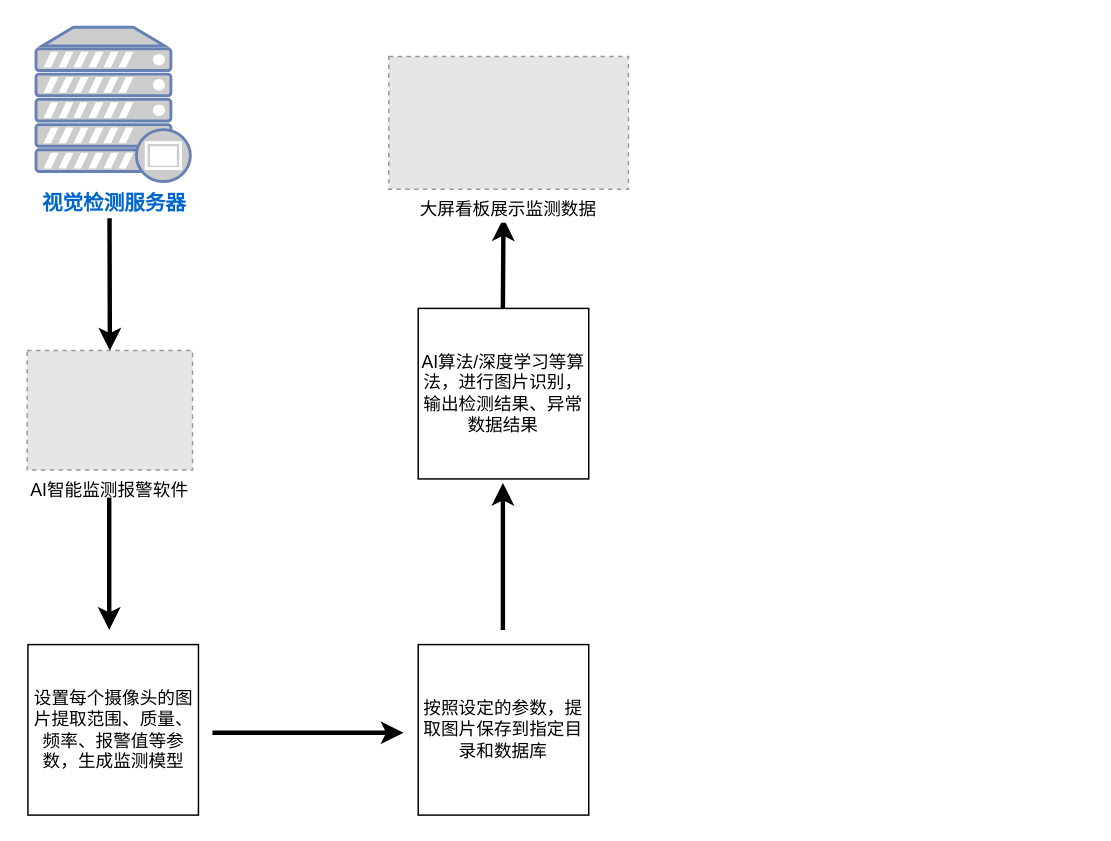
The draw.io diagram data/算法平台流程.drawio in chenyanxi/hosts, before the edit. Source tidied: cells renumbered, new cells numbered last; positions are measured from the earlier drawing's top-left corner, leaving out a move shared by most shapes. Both pictures are drawn from the tidied source at 147%, with x=0, y=0 at pixel (26, 26). Pictures stored in the file or linked from it are replaced by grey dashed boxes.
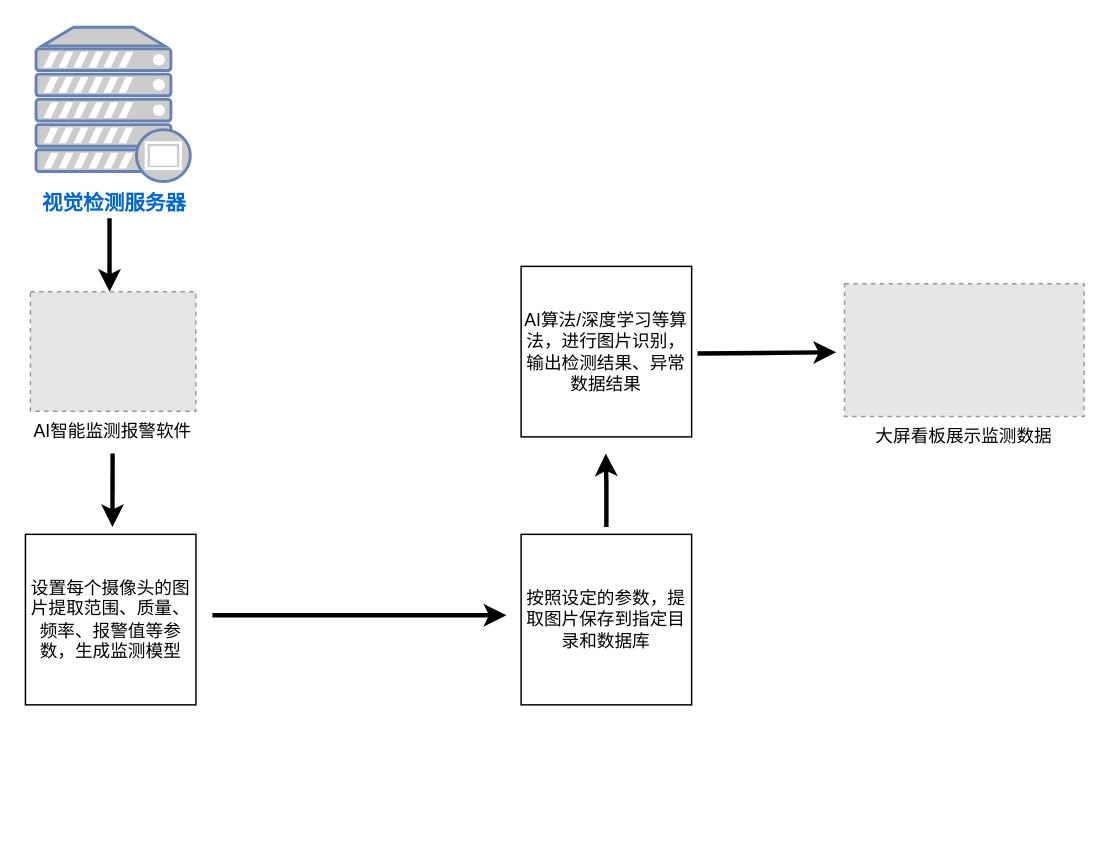
The same diagram, later.

Commit message (it also covers changes not shown here):
更新算法平台流程.drawio

What changed in the source:
```diff
@@
 <mxGraphModel>
   <root>
     <mxCell id="0" />
     <mxCell id="1" parent="0" />
     <mxCell id="2" value="&lt;b&gt;&lt;font style=&quot;font-size: 14px;&quot;&gt;视觉检测服务器&lt;/font&gt;&lt;/b&gt;" style="fontColor=#0066CC;verticalAlign=top;verticalLabelPosition=bottom;labelPosition=center;align=center;html=1;fillColor=#CCCCCC;strokeColor=#6881B3;gradientColor=none;gradientDirection=north;strokeWidth=2;shape=mxgraph.networks.proxy_server;" parent="1" vertex="1">
       <mxGeometry x="6" width="105" height="105" as="geometry" />
     </mxCell>
     <mxCell id="3" value="AI智能监测报警软件" style="fillColor=#E6E6E6;strokeColor=#999999;dashed=1;verticalLabelPosition=bottom;labelBackgroundColor=default;verticalAlign=top;" parent="1" vertex="1">
-      <mxGeometry y="220" width="112.5" height="81.3" as="geometry" />
+      <mxGeometry x="2.2" y="180" width="112.5" height="81.3" as="geometry" />
     </mxCell>
-    <mxCell id="4" style="endArrow=classic;html=1;rounded=0;entryX=0.5;entryY=0;entryDx=0;entryDy=0;strokeWidth=3;" parent="1" edge="1" target="3">
+    <mxCell id="4" style="endArrow=classic;html=1;rounded=0;strokeWidth=3;" parent="1" edge="1">
       <mxGeometry relative="1" as="geometry">
         <mxPoint x="56" y="130" as="sourcePoint" />
+        <mxPoint x="56" y="180" as="targetPoint" />
       </mxGeometry>
     </mxCell>
-    <mxCell id="5" style="endArrow=classic;html=1;rounded=0;entryX=0.5;entryY=0;entryDx=0;entryDy=0;strokeWidth=3;" parent="1" edge="1">
+    <mxCell id="5" style="endArrow=classic;html=1;rounded=0;strokeWidth=3;" parent="1" edge="1">
       <mxGeometry relative="1" as="geometry">
-        <mxPoint x="55.8" y="320" as="sourcePoint" />
-        <mxPoint x="55.8" y="410" as="targetPoint" />
+        <mxPoint x="58.1" y="290" as="sourcePoint" />
+        <mxPoint x="58" y="340" as="targetPoint" />
       </mxGeometry>
     </mxCell>
     <mxCell id="6" value="设置每个摄像头的图片提取范围、质量、频率、报警值等参数，生成监测模型" style="whiteSpace=wrap;html=1;" parent="1" vertex="1">
-      <mxGeometry x="0.5" y="420" width="116" height="116" as="geometry" />
+      <mxGeometry x="-1.2" y="345" width="116" height="116" as="geometry" />
     </mxCell>
     <mxCell id="7" style="endArrow=classic;html=1;rounded=0;strokeWidth=3;" parent="1" edge="1">
       <mxGeometry relative="1" as="geometry">
-        <mxPoint x="126" y="480" as="sourcePoint" />
-        <mxPoint x="256" y="480" as="targetPoint" />
+        <mxPoint x="126" y="400" as="sourcePoint" />
+        <mxPoint x="326" y="400" as="targetPoint" />
+        <Array as="points">
+          <mxPoint x="196" y="400" />
+        </Array>
       </mxGeometry>
     </mxCell>
     <mxCell id="8" value="按照设定的参数，提取图片保存到指定目录和数据库" style="whiteSpace=wrap;html=1;" parent="1" vertex="1">
-      <mxGeometry x="266" y="420" width="116" height="116" as="geometry" />
+      <mxGeometry x="336" y="345" width="116" height="116" as="geometry" />
     </mxCell>
     <mxCell id="9" style="endArrow=classic;html=1;rounded=0;strokeWidth=3;" parent="1" edge="1">
       <mxGeometry relative="1" as="geometry">
-        <mxPoint x="323.6" y="410" as="sourcePoint" />
-        <mxPoint x="323.6" y="310" as="targetPoint" />
+        <mxPoint x="394" y="340" as="sourcePoint" />
+        <mxPoint x="393.6" y="290" as="targetPoint" />
+        <Array as="points">
+          <mxPoint x="394" y="310" />
+        </Array>
       </mxGeometry>
     </mxCell>
     <mxCell id="10" value="AI算法/深度学习等算法，进行图片识别，输出检测结果、异常数据结果" style="whiteSpace=wrap;html=1;" parent="1" vertex="1">
-      <mxGeometry x="266" y="191.3" width="116" height="116" as="geometry" />
+      <mxGeometry x="336" y="162.7" width="116" height="116" as="geometry" />
     </mxCell>
-    <mxCell id="11" style="endArrow=classic;html=1;rounded=0;strokeWidth=3;" parent="1" edge="1">
+    <mxCell id="11" style="endArrow=classic;html=1;rounded=0;strokeWidth=3;entryX=-0.035;entryY=0.516;entryDx=0;entryDy=0;entryPerimeter=0;" parent="1" edge="1" target="12">
       <mxGeometry relative="1" as="geometry">
-        <mxPoint x="323.6" y="191.3" as="sourcePoint" />
-        <mxPoint x="324" y="130" as="targetPoint" />
+        <mxPoint x="456" y="222" as="sourcePoint" />
       </mxGeometry>
     </mxCell>
     <mxCell id="12" value="大屏看板展示监测数据" style="fillColor=#E6E6E6;strokeColor=#999999;dashed=1;verticalLabelPosition=bottom;labelBackgroundColor=default;verticalAlign=top;" parent="1" vertex="1">
-      <mxGeometry x="246" y="20" width="163" height="90.2" as="geometry" />
+      <mxGeometry x="556" y="174.6" width="163" height="90.2" as="geometry" />
     </mxCell>
   </root>
 </mxGraphModel>
```
